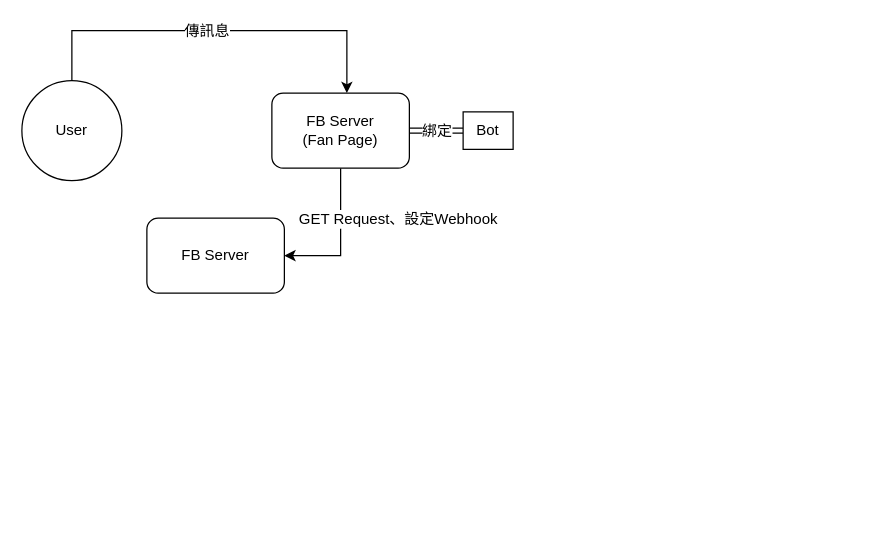
Above: FB-Bot.drawio in BenmrChen/Draw.io (draw.io), before the change. Source tidied: cells renumbered, new cells numbered last; positions are measured from the earlier drawing's top-left corner, leaving out a move shared by most shapes. Both pictures are drawn from the tidied source at 125%, with x=0, y=0 at pixel (21, 30).
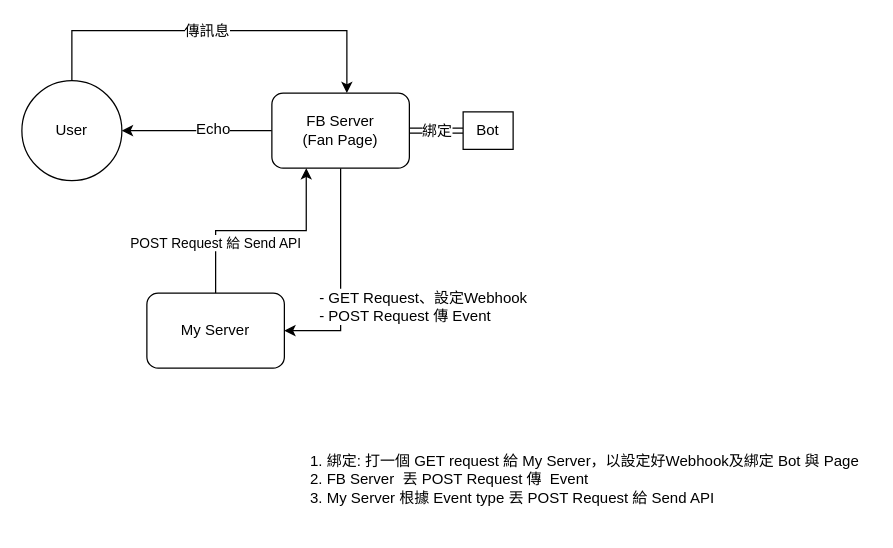
The same diagram, later.

The edit, as a diff of the source:
```diff
@@
 <mxGraphModel>
   <root>
     <mxCell id="0" />
     <mxCell id="1" parent="0" />
     <mxCell id="2" style="edgeStyle=orthogonalEdgeStyle;rounded=0;jettySize=auto;html=1;exitX=0.5;exitY=0;exitDx=0;exitDy=0;" parent="1" edge="1" source="4" target="9">
       <mxGeometry relative="1" as="geometry">
         <Array as="points">
           <mxPoint x="40" />
           <mxPoint x="260" />
         </Array>
       </mxGeometry>
     </mxCell>
     <mxCell id="3" value="傳訊息" style="text;html=1;align=center;verticalAlign=middle;labelBackgroundColor=#ffffff;" parent="2" vertex="1">
       <mxGeometry x="-0.24" y="-2" relative="1" as="geometry">
         <mxPoint x="29" y="-2" as="offset" />
       </mxGeometry>
     </mxCell>
     <mxCell id="4" value="User" style="ellipse;whiteSpace=wrap;html=1;" parent="1" vertex="1">
       <mxGeometry y="40" width="80" height="80" as="geometry" />
     </mxCell>
     <mxCell id="5" style="edgeStyle=orthogonalEdgeStyle;rounded=0;jettySize=auto;html=1;exitX=1;exitY=0.5;exitDx=0;exitDy=0;shape=link;" parent="1" edge="1" source="9" target="10">
       <mxGeometry relative="1" as="geometry" />
     </mxCell>
     <mxCell id="6" value="綁定" style="text;html=1;align=center;verticalAlign=middle;labelBackgroundColor=#ffffff;" parent="5" vertex="1">
       <mxGeometry x="-0.02" relative="1" as="geometry" />
     </mxCell>
     <mxCell id="7" style="edgeStyle=orthogonalEdgeStyle;rounded=0;jettySize=auto;html=1;exitX=0.5;exitY=1;exitDx=0;exitDy=0;entryX=1;entryY=0.5;entryDx=0;entryDy=0;" parent="1" edge="1" source="9" target="11">
       <mxGeometry relative="1" as="geometry" />
     </mxCell>
-    <mxCell id="8" value="GET Request、設定Webhook" style="text;html=1;align=center;verticalAlign=middle;labelBackgroundColor=#ffffff;" parent="7" vertex="1">
+    <mxCell id="8" value="- GET Request、設定Webhook&lt;br&gt;&lt;div style=&quot;text-align: left&quot;&gt;- POST Request 傳 Event&lt;/div&gt;" style="text;html=1;align=center;verticalAlign=middle;labelBackgroundColor=#ffffff;" parent="7" vertex="1">
       <mxGeometry x="-0.32" relative="1" as="geometry">
-        <mxPoint x="45" y="1" as="offset" />
+        <mxPoint x="65" y="51" as="offset" />
       </mxGeometry>
     </mxCell>
+    <mxCell id="12" style="edgeStyle=orthogonalEdgeStyle;rounded=0;jettySize=auto;html=1;exitX=0;exitY=0.5;exitDx=0;exitDy=0;" parent="1" edge="1" source="9" target="4">
+      <mxGeometry relative="1" as="geometry" />
+    </mxCell>
+    <mxCell id="13" value="Echo" style="text;html=1;align=center;verticalAlign=middle;labelBackgroundColor=#ffffff;" parent="12" vertex="1">
+      <mxGeometry x="-0.2" y="-2" relative="1" as="geometry" />
+    </mxCell>
     <mxCell id="9" value="FB Server&lt;br&gt;(Fan Page)&lt;br&gt;" style="rounded=1;whiteSpace=wrap;html=1;" parent="1" vertex="1">
       <mxGeometry x="200" y="50" width="110" height="60" as="geometry" />
     </mxCell>
     <mxCell id="10" value="Bot" style="rounded=0;whiteSpace=wrap;html=1;" parent="1" vertex="1">
       <mxGeometry x="353" y="65" width="40" height="30" as="geometry" />
     </mxCell>
+    <mxCell id="14" value="POST Request 給 Send API" style="edgeStyle=orthogonalEdgeStyle;rounded=0;jettySize=auto;html=1;exitX=0.5;exitY=0;exitDx=0;exitDy=0;entryX=0.25;entryY=1;entryDx=0;entryDy=0;" parent="1" edge="1" source="11" target="9">
+      <mxGeometry x="-0.54" relative="1" as="geometry" />
+    </mxCell>
-    <mxCell id="11" value="FB Server" style="rounded=1;whiteSpace=wrap;html=1;" parent="1" vertex="1">
-      <mxGeometry x="100" y="150" width="110" height="60" as="geometry" />
+    <mxCell id="11" value="My Server" style="rounded=1;whiteSpace=wrap;html=1;" parent="1" vertex="1">
+      <mxGeometry x="100" y="210" width="110" height="60" as="geometry" />
     </mxCell>
+    <mxCell id="15" value="1. 綁定: 打一個 GET request 給 My Server，以設定好Webhook及綁定 Bot 與 Page&lt;br&gt;2. FB Server&amp;nbsp; 丟 POST Request 傳&amp;nbsp; Event&lt;br&gt;3. My Server 根據 Event type 丟 POST Request 給 Send API&lt;br&gt;&lt;br&gt;" style="text;html=1;align=left;verticalAlign=top;spacingTop=-4;" parent="1" vertex="1">
+      <mxGeometry x="229" y="335" width="450" height="60" as="geometry" />
+    </mxCell>
   </root>
 </mxGraphModel>
```
